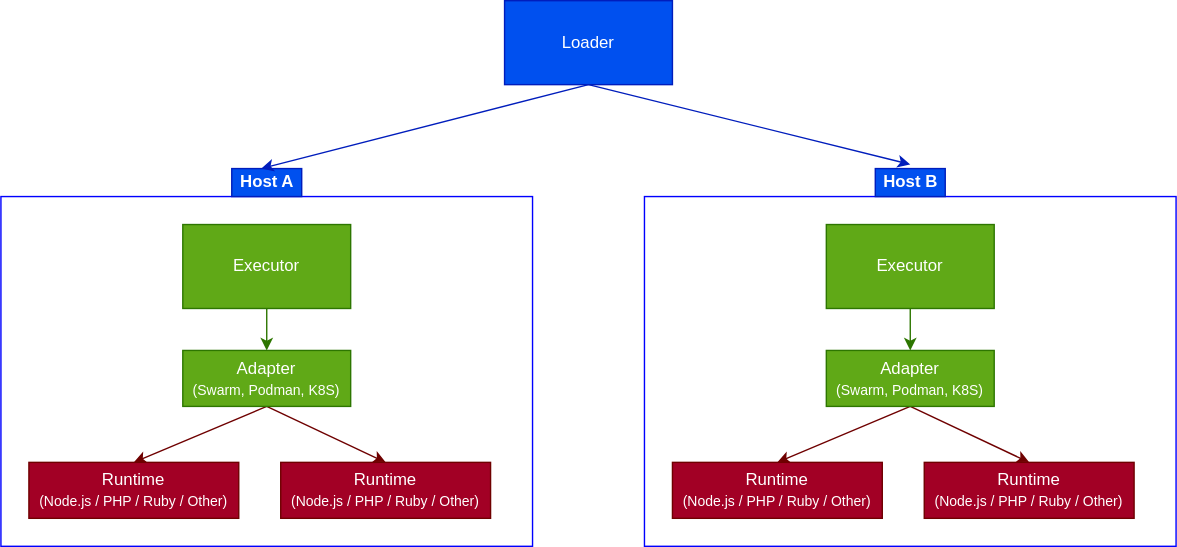
Earlier version of the draw.io export architecture.drawio.svg (open-runtimes/open-runtimes). Source tidied: cells renumbered, new cells last; positions are measured from the earlier drawing's top-left corner, leaving out a move shared by most shapes.
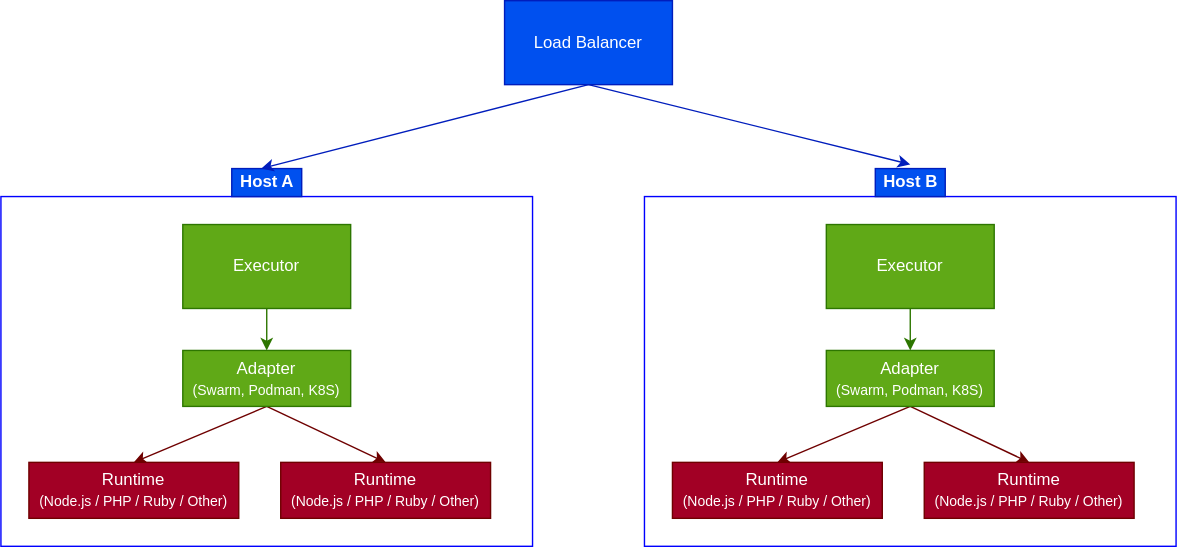
The same diagram one commit later.

Change to the diagram source:
```diff
@@ -62,7 +62,7 @@
     <mxCell id="21" style="edgeStyle=none;rounded=1;html=1;exitX=0.5;exitY=1;exitDx=0;exitDy=0;entryX=0.5;entryY=-0.15;entryDx=0;entryDy=0;entryPerimeter=0;fontSize=10;fillColor=#0050ef;strokeColor=#001DBC;" parent="1" edge="1" source="22" target="17">
       <mxGeometry relative="1" as="geometry" />
     </mxCell>
-    <mxCell id="22" value="Loader" style="rounded=0;whiteSpace=wrap;html=1;fillColor=#0050ef;fontColor=#ffffff;strokeColor=#001DBC;" parent="1" vertex="1">
+    <mxCell id="22" value="Load Balancer" style="rounded=0;whiteSpace=wrap;html=1;fillColor=#0050ef;fontColor=#ffffff;strokeColor=#001DBC;" parent="1" vertex="1">
       <mxGeometry x="360" width="120" height="60" as="geometry" />
     </mxCell>
   </root>
```
